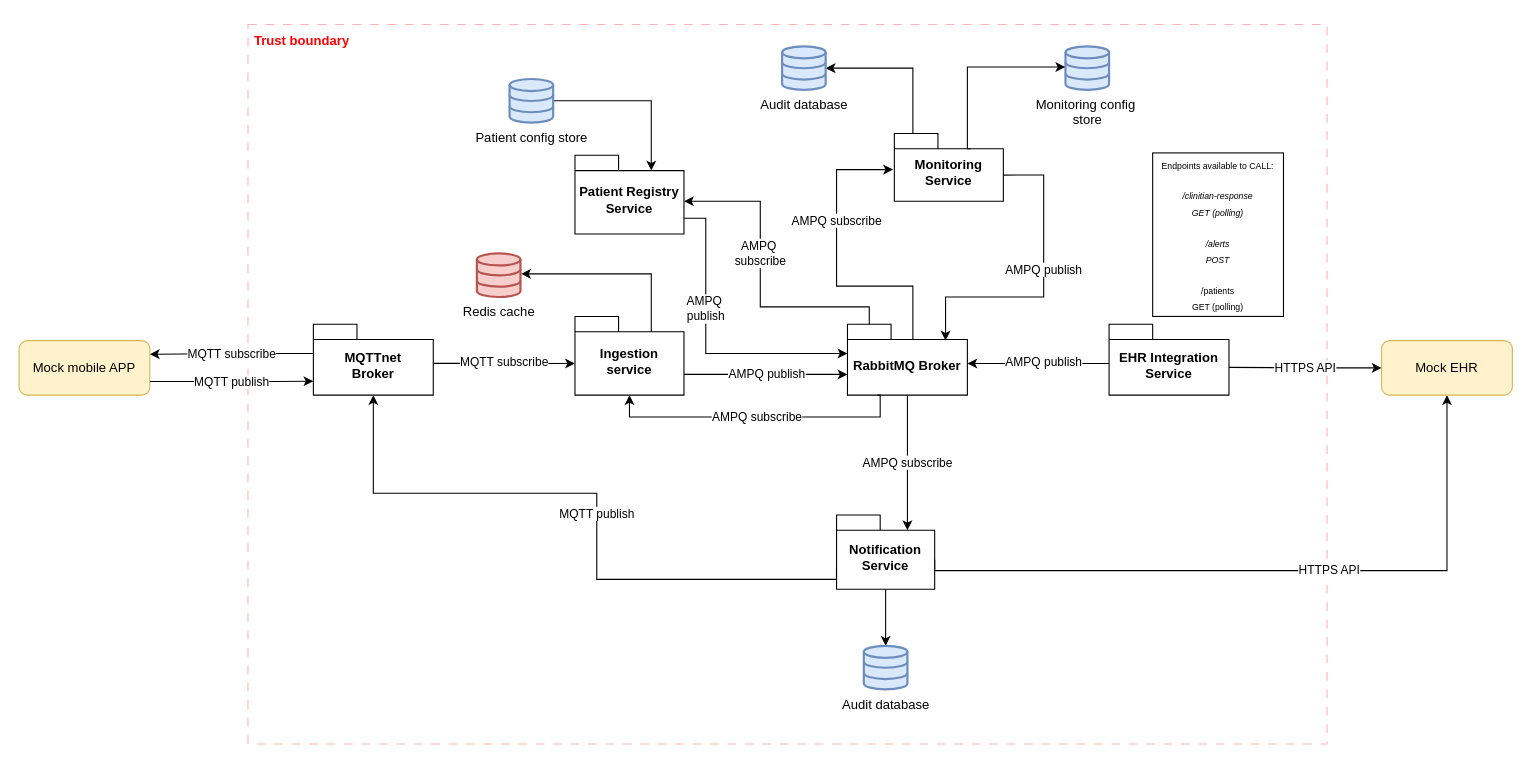
Above: docs/CC view.drawio in AlbertPerezB/CagHome (draw.io), before the change. Source tidied: cells renumbered, new cells numbered last; positions are measured from the earlier drawing's top-left corner, leaving out a move shared by most shapes. Both pictures are drawn from the tidied source at 109%, with x=0, y=0 at pixel (19, 24).
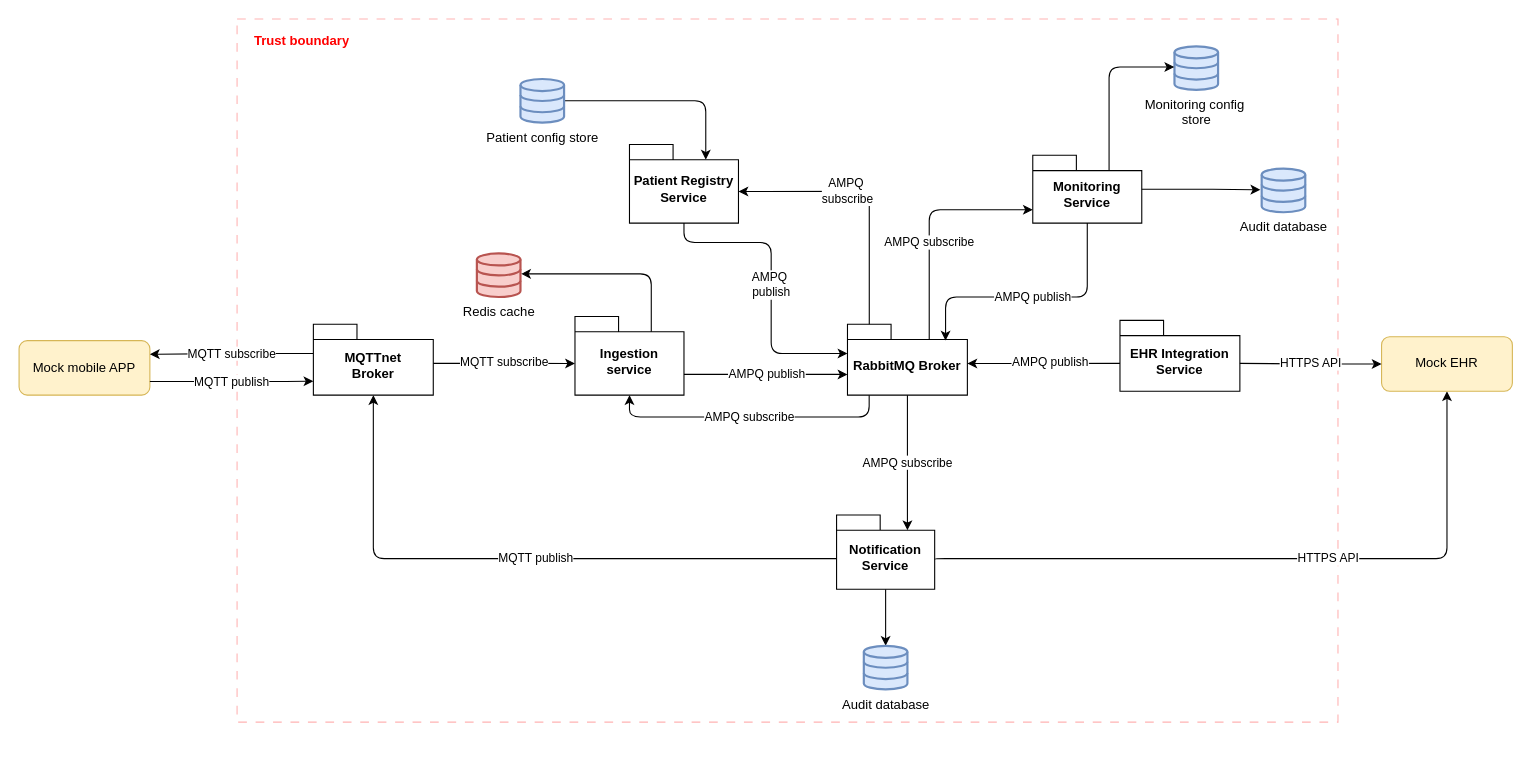
Above is the later version.

Unchanged cells that the change refers to:
```xml
<mxCell id="3" value="Ingestion service" style="shape=folder;fontStyle=1;spacingTop=10;tabWidth=40;tabHeight=14;tabPosition=left;html=1;whiteSpace=wrap;" parent="1" vertex="1">
  <mxGeometry x="510" y="267.8" width="100" height="72.2" as="geometry" />
</mxCell>
<mxCell id="6" value="Notification Service" style="shape=folder;fontStyle=1;spacingTop=10;tabWidth=40;tabHeight=14;tabPosition=left;html=1;whiteSpace=wrap;" parent="1" vertex="1">
  <mxGeometry x="750" y="450" width="90" height="68.1" as="geometry" />
</mxCell>
<mxCell id="7" value="RabbitMQ Broker" style="shape=folder;fontStyle=1;spacingTop=10;tabWidth=40;tabHeight=14;tabPosition=left;html=1;whiteSpace=wrap;" parent="1" vertex="1">
  <mxGeometry x="760" y="275" width="110" height="65" as="geometry" />
</mxCell>
<mxCell id="15" value="Mock mobile APP" style="rounded=1;whiteSpace=wrap;html=1;fillColor=#fff2cc;strokeColor=#d6b656;" parent="1" vertex="1">
  <mxGeometry y="290" width="120" height="50" as="geometry" />
</mxCell>
<mxCell id="27" value="MQTTnet&lt;div&gt;Broker&lt;/div&gt;" style="shape=folder;fontStyle=1;spacingTop=10;tabWidth=40;tabHeight=14;tabPosition=left;html=1;whiteSpace=wrap;" parent="1" vertex="1">
  <mxGeometry x="270" y="275" width="110" height="65" as="geometry" />
</mxCell>
<mxCell id="34" value="Redis cache" style="html=1;verticalLabelPosition=bottom;align=center;labelBackgroundColor=#ffffff;verticalAlign=top;strokeWidth=2;strokeColor=#b85450;shadow=0;dashed=0;shape=mxgraph.ios7.icons.data;fillColor=#f8cecc;" parent="1" vertex="1">
  <mxGeometry x="420" y="210" width="40" height="40" as="geometry" />
</mxCell>
```

Change to the diagram source:
```diff
@@
     <mxCell id="2" style="rounded=0;whiteSpace=wrap;html=1;fillColor=none;strokeColor=#FF0000;shadow=0;glass=0;opacity=30;dashed=1;dashPattern=8 8;" parent="1" vertex="1">
-      <mxGeometry x="210" width="990" height="660" as="geometry" />
+      <mxGeometry x="200" y="-5" width="1010" height="645" as="geometry" />
     </mxCell>
@@
-    <mxCell id="4" value="HTTPS API" style="edgeStyle=orthogonalEdgeStyle;rounded=0;jettySize=auto;html=1;entryX=0.5;entryY=1;entryDx=0;entryDy=0;exitX=0;exitY=0;exitDx=90;exitDy=41.035;exitPerimeter=0;" parent="1" edge="1" source="6" target="16">
+    <mxCell id="4" value="HTTPS API" style="edgeStyle=orthogonalEdgeStyle;rounded=1;jettySize=auto;html=1;entryX=0.5;entryY=1;entryDx=0;entryDy=0;exitX=0;exitY=0;exitDx=90;exitDy=41.035;exitPerimeter=0;curved=0;" parent="1" edge="1" source="6" target="16">
       <mxGeometry x="0.16" relative="1" as="geometry">
         <Array as="points">
-          <mxPoint x="840" y="501" />
-          <mxPoint x="1310" y="501" />
+          <mxPoint x="840" y="490" />
+          <mxPoint x="1310" y="490" />
         </Array>
       </mxGeometry>
     </mxCell>
@@
-    <mxCell id="8" value="&lt;span style=&quot;color: rgb(0, 0, 0); font-family: Helvetica; font-size: 11px; font-style: normal; font-variant-ligatures: normal; font-variant-caps: normal; font-weight: 400; letter-spacing: normal; orphans: 2; text-align: center; text-indent: 0px; text-transform: none; widows: 2; word-spacing: 0px; -webkit-text-stroke-width: 0px; white-space: nowrap; background-color: rgb(255, 255, 255); text-decoration-thickness: initial; text-decoration-style: initial; text-decoration-color: initial; display: inline !important; float: none;&quot;&gt;AMPQ publish&lt;/span&gt;" style="edgeStyle=orthogonalEdgeStyle;rounded=0;orthogonalLoop=1;jettySize=auto;html=1;" parent="1" edge="1">
+    <mxCell id="8" value="&lt;span style=&quot;color: rgb(0, 0, 0); font-family: Helvetica; font-size: 11px; font-style: normal; font-variant-ligatures: normal; font-variant-caps: normal; font-weight: 400; letter-spacing: normal; orphans: 2; text-align: center; text-indent: 0px; text-transform: none; widows: 2; word-spacing: 0px; -webkit-text-stroke-width: 0px; white-space: nowrap; background-color: rgb(255, 255, 255); text-decoration-thickness: initial; text-decoration-style: initial; text-decoration-color: initial; display: inline !important; float: none;&quot;&gt;AMPQ publish&lt;/span&gt;" style="edgeStyle=orthogonalEdgeStyle;rounded=1;orthogonalLoop=1;jettySize=auto;html=1;curved=0;" parent="1" edge="1">
       <mxGeometry x="0.01" relative="1" as="geometry">
         <mxPoint x="610" y="321" as="sourcePoint" />
         <mxPoint x="760" y="321" as="targetPoint" />
         <Array as="points">
           <mxPoint x="760" y="321" />
         </Array>
       </mxGeometry>
     </mxCell>
-    <mxCell id="9" style="edgeStyle=orthogonalEdgeStyle;rounded=0;jettySize=auto;html=1;exitX=1;exitY=0.5;exitDx=0;exitDy=0;exitPerimeter=0;entryX=0;entryY=0;entryDx=70;entryDy=14;entryPerimeter=0;" parent="1" edge="1" source="10" target="24">
+    <mxCell id="9" style="edgeStyle=orthogonalEdgeStyle;rounded=1;jettySize=auto;html=1;exitX=1;exitY=0.5;exitDx=0;exitDy=0;exitPerimeter=0;entryX=0;entryY=0;entryDx=70;entryDy=14;entryPerimeter=0;curved=0;" parent="1" edge="1" source="10" target="24">
       <mxGeometry x="-0.27" y="2" relative="1" as="geometry" />
     </mxCell>
     <mxCell id="10" value="Patient config store" style="html=1;verticalLabelPosition=bottom;align=center;labelBackgroundColor=#ffffff;verticalAlign=top;strokeWidth=2;strokeColor=#6c8ebf;shadow=0;dashed=0;shape=mxgraph.ios7.icons.data;fillColor=#dae8fc;" parent="1" vertex="1">
-      <mxGeometry x="450" y="50" width="40" height="40" as="geometry" />
+      <mxGeometry x="460" y="50" width="40" height="40" as="geometry" />
     </mxCell>
-    <mxCell id="11" style="edgeStyle=orthogonalEdgeStyle;rounded=0;jettySize=auto;html=1;" parent="1" edge="1" source="12" target="36">
-      <mxGeometry relative="1" as="geometry">
-        <Array as="points">
-          <mxPoint x="820" y="40" />
-        </Array>
-      </mxGeometry>
-    </mxCell>
     <mxCell id="12" value="Monitoring Service" style="shape=folder;fontStyle=1;spacingTop=10;tabWidth=40;tabHeight=14;tabPosition=left;html=1;whiteSpace=wrap;" parent="1" vertex="1">
-      <mxGeometry x="803" y="100" width="100" height="62.2" as="geometry" />
+      <mxGeometry x="930" y="120" width="100" height="62.2" as="geometry" />
     </mxCell>
-    <mxCell id="13" value="AMPQ publish" style="edgeStyle=orthogonalEdgeStyle;rounded=0;jettySize=auto;html=1;exitX=0;exitY=0;exitDx=100;exitDy=38.125;exitPerimeter=0;" parent="1" edge="1" source="12">
-      <mxGeometry x="-0.11" relative="1" as="geometry">
+    <mxCell id="13" value="AMPQ publish" style="edgeStyle=orthogonalEdgeStyle;rounded=1;jettySize=auto;html=1;exitX=0.5;exitY=1;exitDx=0;exitDy=0;exitPerimeter=0;curved=0;" parent="1" edge="1" source="12">
+      <mxGeometry x="-0.01" relative="1" as="geometry">
         <mxPoint x="850" y="290" as="targetPoint" />
         <Array as="points">
-          <mxPoint x="940" y="138" />
-          <mxPoint x="940" y="250" />
+          <mxPoint x="980" y="250" />
           <mxPoint x="850" y="250" />
         </Array>
       </mxGeometry>
     </mxCell>
-    <mxCell id="14" value="MQTT publish" style="edgeStyle=orthogonalEdgeStyle;rounded=0;jettySize=auto;html=1;exitX=-0.001;exitY=0.713;exitDx=0;exitDy=0;exitPerimeter=0;entryX=0.5;entryY=1;entryDx=0;entryDy=0;entryPerimeter=0;" parent="1" edge="1" source="6" target="27">
+    <mxCell id="14" value="MQTT publish" style="edgeStyle=orthogonalEdgeStyle;rounded=1;jettySize=auto;html=1;entryX=0.5;entryY=1;entryDx=0;entryDy=0;entryPerimeter=0;curved=0;" parent="1" edge="1" target="27">
       <mxGeometry x="-0.04" relative="1" as="geometry">
+        <mxPoint x="750" y="490" as="sourcePoint" />
         <Array as="points">
-          <mxPoint x="750" y="509" />
-          <mxPoint x="530" y="509" />
-          <mxPoint x="530" y="430" />
-          <mxPoint x="325" y="430" />
+          <mxPoint x="325" y="490" />
         </Array>
       </mxGeometry>
     </mxCell>
@@
     <mxCell id="16" value="Mock EHR" style="rounded=1;whiteSpace=wrap;html=1;fillColor=#fff2cc;strokeColor=#d6b656;" parent="1" vertex="1">
-      <mxGeometry x="1250" y="290" width="120" height="50" as="geometry" />
+      <mxGeometry x="1250" y="286.4" width="120" height="50" as="geometry" />
     </mxCell>
-    <mxCell id="17" value="MQTT publish" style="edgeStyle=orthogonalEdgeStyle;rounded=0;jettySize=auto;html=1;entryX=0;entryY=0;entryDx=0;entryDy=52.25;entryPerimeter=0;exitX=1;exitY=0.75;exitDx=0;exitDy=0;" parent="1" edge="1" source="15" target="27">
+    <mxCell id="17" value="MQTT publish" style="edgeStyle=orthogonalEdgeStyle;rounded=1;jettySize=auto;html=1;entryX=0;entryY=0;entryDx=0;entryDy=52.25;entryPerimeter=0;exitX=1;exitY=0.75;exitDx=0;exitDy=0;curved=0;" parent="1" edge="1" source="15" target="27">
       <mxGeometry relative="1" as="geometry">
         <Array as="points">
           <mxPoint x="235" y="328" />
         </Array>
       </mxGeometry>
     </mxCell>
-    <mxCell id="18" value="AMPQ subscribe" style="edgeStyle=orthogonalEdgeStyle;rounded=0;jettySize=auto;html=1;entryX=-0.012;entryY=0.532;entryDx=0;entryDy=0;entryPerimeter=0;" parent="1" edge="1" target="12">
-      <mxGeometry x="0.29" relative="1" as="geometry">
-        <mxPoint x="820" y="289" as="sourcePoint" />
+    <mxCell id="18" value="AMPQ subscribe" style="edgeStyle=orthogonalEdgeStyle;rounded=1;jettySize=auto;html=1;exitX=0;exitY=0;exitDx=75;exitDy=14;exitPerimeter=0;curved=0;" parent="1" edge="1" source="7">
+      <mxGeometry x="-0.17" relative="1" as="geometry">
+        <mxPoint x="930" y="170" as="targetPoint" />
         <Array as="points">
-          <mxPoint x="820" y="240" />
-          <mxPoint x="750" y="240" />
-          <mxPoint x="750" y="133" />
+          <mxPoint x="835" y="170" />
+          <mxPoint x="929" y="170" />
         </Array>
       </mxGeometry>
     </mxCell>
@@
     <mxCell id="20" value="EHR Integration Service" style="shape=folder;fontStyle=1;spacingTop=10;tabWidth=40;tabHeight=14;tabPosition=left;html=1;whiteSpace=wrap;" parent="1" vertex="1">
-      <mxGeometry x="1000" y="275" width="110" height="65" as="geometry" />
+      <mxGeometry x="1010" y="271.4" width="110" height="65" as="geometry" />
     </mxCell>
-    <mxCell id="21" value="HTTPS API" style="edgeStyle=orthogonalEdgeStyle;rounded=0;jettySize=auto;html=1;entryX=0;entryY=0;entryDx=110;entryDy=39.5;entryPerimeter=0;exitX=0;exitY=0.5;exitDx=0;exitDy=0;startArrow=classic;startFill=1;endArrow=none;endFill=0;" parent="1" edge="1" source="16" target="20">
+    <mxCell id="21" value="HTTPS API" style="edgeStyle=orthogonalEdgeStyle;rounded=1;jettySize=auto;html=1;entryX=0;entryY=0;entryDx=110;entryDy=39.5;entryPerimeter=0;exitX=0;exitY=0.5;exitDx=0;exitDy=0;startArrow=classic;startFill=1;endArrow=none;endFill=0;curved=0;" parent="1" edge="1" source="16" target="20">
       <mxGeometry relative="1" as="geometry" />
     </mxCell>
-    <mxCell id="22" value="AMPQ publish" style="edgeStyle=orthogonalEdgeStyle;rounded=0;orthogonalLoop=1;jettySize=auto;html=1;" parent="1" edge="1">
+    <mxCell id="22" value="AMPQ publish" style="edgeStyle=orthogonalEdgeStyle;rounded=1;jettySize=auto;html=1;exitX=0;exitY=0;exitDx=0;exitDy=39.5;exitPerimeter=0;curved=0;" parent="1" edge="1" source="20">
       <mxGeometry x="-0.08" y="-1" relative="1" as="geometry">
-        <mxPoint x="1000" y="311" as="sourcePoint" />
         <mxPoint x="870" y="311" as="targetPoint" />
         <Array as="points">
-          <mxPoint x="940" y="311" />
-          <mxPoint x="940" y="311" />
+          <mxPoint x="1010" y="311" />
         </Array>
       </mxGeometry>
     </mxCell>
@@
     <mxCell id="24" value="Patient Registry Service" style="shape=folder;fontStyle=1;spacingTop=10;tabWidth=40;tabHeight=14;tabPosition=left;html=1;whiteSpace=wrap;" parent="1" vertex="1">
-      <mxGeometry x="510" y="120" width="100" height="72.2" as="geometry" />
+      <mxGeometry x="560" y="110" width="100" height="72.2" as="geometry" />
     </mxCell>
-    <mxCell id="25" value="AMPQ&amp;nbsp;&lt;div&gt;subscribe&lt;/div&gt;" style="edgeStyle=orthogonalEdgeStyle;rounded=0;jettySize=auto;html=1;entryX=0;entryY=0;entryDx=100;entryDy=43.125;entryPerimeter=0;exitX=0;exitY=0;exitDx=20;exitDy=0;exitPerimeter=0;" parent="1" edge="1" source="7">
-      <mxGeometry x="0.17" relative="1" as="geometry">
-        <mxPoint x="610" y="162.1" as="targetPoint" />
-        <Array as="points">
-          <mxPoint x="780" y="259" />
-          <mxPoint x="680" y="259" />
-          <mxPoint x="680" y="162" />
-        </Array>
-      </mxGeometry>
+    <mxCell id="25" value="AMPQ&amp;nbsp;&lt;div&gt;subscribe&lt;/div&gt;" style="edgeStyle=orthogonalEdgeStyle;rounded=1;jettySize=auto;html=1;exitX=0;exitY=0;exitDx=20;exitDy=0;exitPerimeter=0;entryX=0;entryY=0;entryDx=100;entryDy=43.125;entryPerimeter=0;curved=0;" parent="1" edge="1" source="7" target="24">
+      <mxGeometry x="0.17" relative="1" as="geometry" />
     </mxCell>
-    <mxCell id="26" value="MQTT subscribe" style="edgeStyle=orthogonalEdgeStyle;rounded=0;jettySize=auto;html=1;entryX=1;entryY=0.25;entryDx=0;entryDy=0;exitX=0;exitY=0;exitDx=0;exitDy=26.75;exitPerimeter=0;" parent="1" edge="1" source="27" target="15">
+    <mxCell id="26" value="MQTT subscribe" style="edgeStyle=orthogonalEdgeStyle;rounded=1;jettySize=auto;html=1;entryX=1;entryY=0.25;entryDx=0;entryDy=0;exitX=0;exitY=0;exitDx=0;exitDy=26.75;exitPerimeter=0;curved=0;" parent="1" edge="1" source="27" target="15">
       <mxGeometry relative="1" as="geometry" />
     </mxCell>
@@
-    <mxCell id="28" value="MQTT subscribe" style="edgeStyle=orthogonalEdgeStyle;rounded=0;jettySize=auto;html=1;entryX=0;entryY=0;entryDx=0;entryDy=43.125;entryPerimeter=0;" parent="1" edge="1" source="27" target="3">
+    <mxCell id="28" value="MQTT subscribe" style="edgeStyle=orthogonalEdgeStyle;rounded=1;jettySize=auto;html=1;entryX=0;entryY=0;entryDx=0;entryDy=43.125;entryPerimeter=0;curved=0;" parent="1" edge="1" source="27" target="3">
       <mxGeometry y="1" relative="1" as="geometry">
         <Array as="points">
           <mxPoint x="455" y="310" />
         </Array>
       </mxGeometry>
     </mxCell>
-    <mxCell id="29" value="AMPQ subscribe" style="edgeStyle=orthogonalEdgeStyle;rounded=0;jettySize=auto;html=1;entryX=0;entryY=0;entryDx=65;entryDy=14;entryPerimeter=0;" parent="1" edge="1" source="7" target="6">
+    <mxCell id="29" value="AMPQ subscribe" style="edgeStyle=orthogonalEdgeStyle;rounded=1;jettySize=auto;html=1;entryX=0;entryY=0;entryDx=65;entryDy=14;entryPerimeter=0;curved=0;" parent="1" edge="1" source="7" target="6">
       <mxGeometry relative="1" as="geometry" />
     </mxCell>
     <mxCell id="30" value="Monitoring config&amp;nbsp;&lt;div&gt;store&lt;/div&gt;" style="html=1;verticalLabelPosition=bottom;align=center;labelBackgroundColor=#ffffff;verticalAlign=top;strokeWidth=2;strokeColor=#6c8ebf;shadow=0;dashed=0;shape=mxgraph.ios7.icons.data;fillColor=#dae8fc;" parent="1" vertex="1">
-      <mxGeometry x="960" y="20" width="40" height="40" as="geometry" />
+      <mxGeometry x="1060" y="20" width="40" height="40" as="geometry" />
     </mxCell>
-    <mxCell id="31" style="edgeStyle=orthogonalEdgeStyle;rounded=0;jettySize=auto;html=1;entryX=-0.005;entryY=0.473;entryDx=0;entryDy=0;entryPerimeter=0;exitX=0;exitY=0;exitDx=70;exitDy=14;exitPerimeter=0;" parent="1" edge="1" source="12" target="30">
+    <mxCell id="31" style="edgeStyle=orthogonalEdgeStyle;rounded=1;jettySize=auto;html=1;entryX=-0.005;entryY=0.473;entryDx=0;entryDy=0;entryPerimeter=0;exitX=0;exitY=0;exitDx=70;exitDy=14;exitPerimeter=0;curved=0;" parent="1" edge="1" source="12" target="30">
       <mxGeometry relative="1" as="geometry">
         <Array as="points">
-          <mxPoint x="870" y="114" />
-          <mxPoint x="870" y="39" />
+          <mxPoint x="1000" y="39" />
         </Array>
       </mxGeometry>
     </mxCell>
-    <mxCell id="32" value="AMPQ&amp;nbsp;&lt;div&gt;publish&lt;/div&gt;" style="edgeStyle=orthogonalEdgeStyle;rounded=0;jettySize=auto;html=1;entryX=0;entryY=0;entryDx=0;entryDy=26.75;entryPerimeter=0;exitX=0;exitY=0;exitDx=100;exitDy=57.6875;exitPerimeter=0;" parent="1" edge="1" source="24" target="7">
-      <mxGeometry x="-0.25" relative="1" as="geometry">
+    <mxCell id="32" value="AMPQ&amp;nbsp;&lt;div&gt;publish&lt;/div&gt;" style="edgeStyle=orthogonalEdgeStyle;rounded=1;jettySize=auto;html=1;entryX=0;entryY=0;entryDx=0;entryDy=26.75;entryPerimeter=0;exitX=0.5;exitY=1;exitDx=0;exitDy=0;exitPerimeter=0;curved=0;" parent="1" edge="1" source="24" target="7">
+      <mxGeometry x="0.02" relative="1" as="geometry">
         <Array as="points">
-          <mxPoint x="630" y="178" />
-          <mxPoint x="630" y="302" />
+          <mxPoint x="610" y="200" />
+          <mxPoint x="690" y="200" />
+          <mxPoint x="690" y="302" />
         </Array>
       </mxGeometry>
     </mxCell>
-    <mxCell id="33" value="AMPQ subscribe" style="edgeStyle=orthogonalEdgeStyle;rounded=0;jettySize=auto;html=1;entryX=0.5;entryY=1;entryDx=0;entryDy=0;entryPerimeter=0;exitX=0.25;exitY=1;exitDx=0;exitDy=0;exitPerimeter=0;" parent="1" edge="1" source="7" target="3">
+    <mxCell id="33" value="AMPQ subscribe" style="edgeStyle=orthogonalEdgeStyle;rounded=1;jettySize=auto;html=1;entryX=0.5;entryY=1;entryDx=0;entryDy=0;entryPerimeter=0;exitX=0.181;exitY=1.003;exitDx=0;exitDy=0;exitPerimeter=0;curved=0;" parent="1" edge="1" source="7" target="3">
       <mxGeometry relative="1" as="geometry">
         <Array as="points">
-          <mxPoint x="790" y="340" />
-          <mxPoint x="790" y="360" />
+          <mxPoint x="780" y="360" />
           <mxPoint x="560" y="360" />
         </Array>
       </mxGeometry>
     </mxCell>
@@
-    <mxCell id="35" style="edgeStyle=orthogonalEdgeStyle;rounded=0;jettySize=auto;html=1;entryX=1.015;entryY=0.469;entryDx=0;entryDy=0;entryPerimeter=0;exitX=0;exitY=0;exitDx=70;exitDy=14;exitPerimeter=0;" parent="1" edge="1" source="3" target="34">
+    <mxCell id="35" style="edgeStyle=orthogonalEdgeStyle;rounded=1;jettySize=auto;html=1;entryX=1.015;entryY=0.469;entryDx=0;entryDy=0;entryPerimeter=0;exitX=0;exitY=0;exitDx=70;exitDy=14;exitPerimeter=0;curved=0;" parent="1" edge="1" source="3" target="34">
       <mxGeometry relative="1" as="geometry">
         <Array as="points">
           <mxPoint x="580" y="229" />
         </Array>
       </mxGeometry>
     </mxCell>
     <mxCell id="36" value="Audit database" style="html=1;verticalLabelPosition=bottom;align=center;labelBackgroundColor=#ffffff;verticalAlign=top;strokeWidth=2;strokeColor=#6c8ebf;shadow=0;dashed=0;shape=mxgraph.ios7.icons.data;fillColor=#dae8fc;" parent="1" vertex="1">
-      <mxGeometry x="700" y="20" width="40" height="40" as="geometry" />
+      <mxGeometry x="1140" y="132.2" width="40" height="40" as="geometry" />
     </mxCell>
-    <mxCell id="37" value="&lt;div&gt;&lt;span style=&quot;color: light-dark(rgb(0, 0, 0), rgb(255, 255, 255)); background-color: light-dark(#ffffff, var(--ge-dark-color, #121212));&quot;&gt;&lt;font style=&quot;font-size: 8px;&quot;&gt;Endpoints available to CALL:&lt;/font&gt;&lt;/span&gt;&lt;/div&gt;&lt;div&gt;&lt;span style=&quot;color: light-dark(rgb(0, 0, 0), rgb(255, 255, 255)); background-color: light-dark(#ffffff, var(--ge-dark-color, #121212));&quot;&gt;&lt;i&gt;&lt;font style=&quot;font-size: 8px;&quot;&gt;&lt;br&gt;&lt;/font&gt;&lt;/i&gt;&lt;/span&gt;&lt;/div&gt;&lt;div&gt;&lt;span style=&quot;background-color: light-dark(#ffffff, var(--ge-dark-color, #121212));&quot;&gt;&lt;i&gt;&lt;font style=&quot;font-size: 8px;&quot;&gt;/clinitian-response&lt;/font&gt;&lt;/i&gt;&lt;/span&gt;&lt;div&gt;&lt;span style=&quot;background-color: light-dark(#ffffff, var(--ge-dark-color, #121212));&quot;&gt;&lt;i&gt;&lt;font style=&quot;font-size: 8px;&quot;&gt;GET (polling)&lt;/font&gt;&lt;/i&gt;&lt;/span&gt;&lt;/div&gt;&lt;div&gt;&lt;span style=&quot;background-color: light-dark(#ffffff, var(--ge-dark-color, #121212));&quot;&gt;&lt;i&gt;&lt;font style=&quot;font-size: 8px;&quot;&gt;&lt;br&gt;&lt;/font&gt;&lt;/i&gt;&lt;/span&gt;&lt;/div&gt;&lt;div&gt;&lt;span style=&quot;background-color: light-dark(#ffffff, var(--ge-dark-color, #121212));&quot;&gt;&lt;i&gt;&lt;font style=&quot;font-size: 8px;&quot;&gt;/alerts&lt;/font&gt;&lt;/i&gt;&lt;/span&gt;&lt;/div&gt;&lt;div&gt;&lt;span style=&quot;background-color: light-dark(#ffffff, var(--ge-dark-color, #121212));&quot;&gt;&lt;i&gt;&lt;font style=&quot;font-size: 8px;&quot;&gt;POST&lt;/font&gt;&lt;/i&gt;&lt;/span&gt;&lt;/div&gt;&lt;/div&gt;&lt;div&gt;&lt;span style=&quot;background-color: light-dark(#ffffff, var(--ge-dark-color, #121212));&quot;&gt;&lt;i&gt;&lt;font style=&quot;font-size: 8px;&quot;&gt;&lt;br&gt;&lt;/font&gt;&lt;/i&gt;&lt;/span&gt;&lt;/div&gt;&lt;div&gt;&lt;div style=&quot;color: rgb(0, 0, 0);&quot;&gt;&lt;span style=&quot;background-color: rgb(255, 255, 255);&quot;&gt;&lt;font style=&quot;font-size: 8px;&quot;&gt;/patients&lt;/font&gt;&lt;/span&gt;&lt;/div&gt;&lt;div style=&quot;color: rgb(0, 0, 0);&quot;&gt;&lt;span&gt;&lt;font style=&quot;font-size: 8px;&quot;&gt;GET (polling)&lt;/font&gt;&lt;/span&gt;&lt;/div&gt;&lt;/div&gt;" style="text;html=1;whiteSpace=wrap;strokeColor=default;fillColor=none;align=center;verticalAlign=middle;rounded=0;" parent="1" vertex="1">
-      <mxGeometry x="1040" y="117.8" width="120" height="150" as="geometry" />
-    </mxCell>
+    <mxCell id="11" style="edgeStyle=orthogonalEdgeStyle;rounded=1;jettySize=auto;html=1;entryX=-0.031;entryY=0.484;entryDx=0;entryDy=0;entryPerimeter=0;curved=0;" parent="1" edge="1" source="12" target="36">
+      <mxGeometry relative="1" as="geometry" />
+    </mxCell>
```
